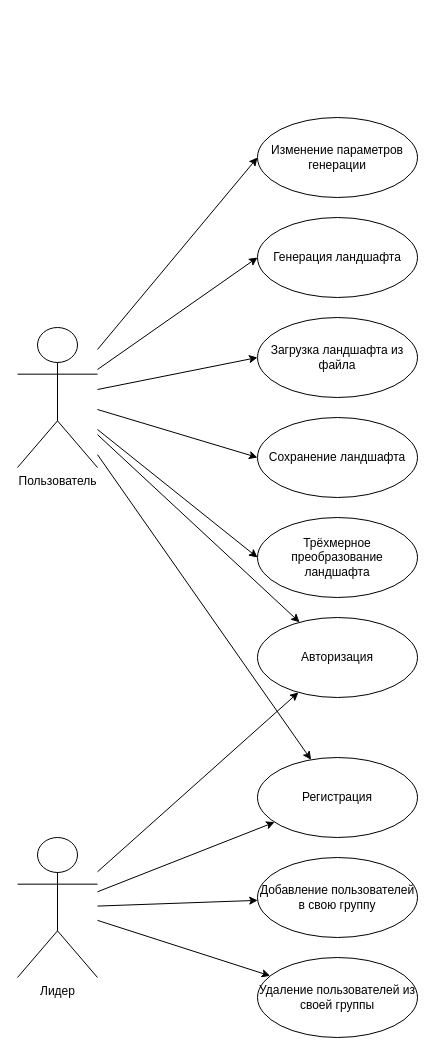
Earlier version of the draw.io diagram use-case.drawio (Inlucker/PPO). Source tidied: cells renumbered, new cells numbered last; positions are measured from the earlier drawing's top-left corner, leaving out a move shared by most shapes. Both pictures are drawn from the tidied source at 100%, with x=0, y=0 at pixel (17, 117).
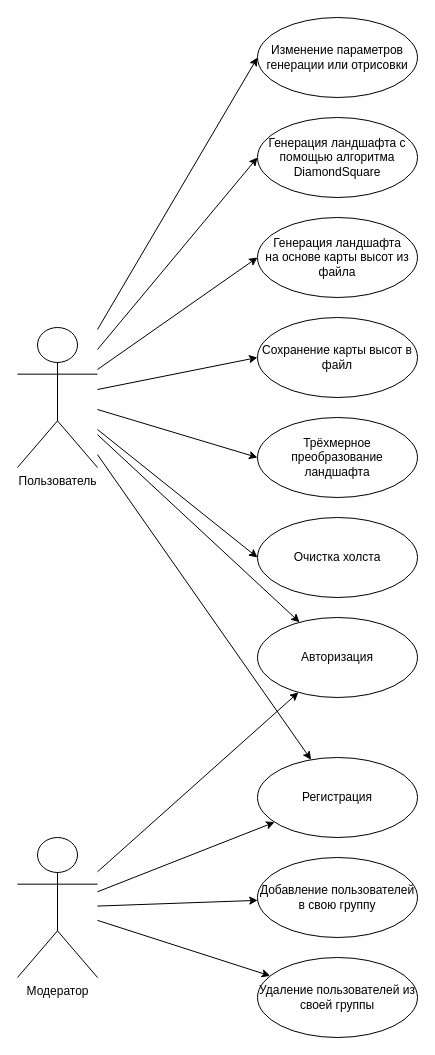
Above is the later version.

The change refers to these unchanged cells:
```xml
<mxCell id="12" value="&lt;div&gt;Пользователь&lt;/div&gt;" style="shape=umlActor;verticalLabelPosition=bottom;verticalAlign=top;html=1;outlineConnect=0;" parent="1" vertex="1">
  <mxGeometry y="210" width="80" height="140" as="geometry" />
</mxCell>
```

Change to the diagram source:
```diff
@@
-    <mxCell id="2" value="Изменение параметров генерации" style="ellipse;whiteSpace=wrap;html=1;" parent="1" vertex="1">
-      <mxGeometry x="240" width="160" height="80" as="geometry" />
+    <mxCell id="2" value="Изменение параметров генерации или отрисовки" style="ellipse;whiteSpace=wrap;html=1;" parent="1" vertex="1">
+      <mxGeometry x="240" y="-100" width="160" height="80" as="geometry" />
     </mxCell>
-    <mxCell id="3" value="Генерация ландшафта" style="ellipse;whiteSpace=wrap;html=1;" parent="1" vertex="1">
-      <mxGeometry x="240" y="100" width="160" height="80" as="geometry" />
+    <mxCell id="3" value="&lt;div&gt;Генерация ландшафта с помощью алгоритма DiamondSquare&lt;br&gt;&lt;/div&gt;" style="ellipse;whiteSpace=wrap;html=1;" parent="1" vertex="1">
+      <mxGeometry x="240" width="160" height="80" as="geometry" />
     </mxCell>
-    <mxCell id="4" value="Загрузка ландшафта из файла" style="ellipse;whiteSpace=wrap;html=1;" parent="1" vertex="1">
-      <mxGeometry x="240" y="200" width="160" height="80" as="geometry" />
+    <mxCell id="4" value="Генерация ландшафта &lt;br&gt;на основе карты высот из файла" style="ellipse;whiteSpace=wrap;html=1;" parent="1" vertex="1">
+      <mxGeometry x="240" y="100" width="160" height="80" as="geometry" />
     </mxCell>
-    <mxCell id="5" value="Сохранение ландшафта" style="ellipse;whiteSpace=wrap;html=1;" parent="1" vertex="1">
-      <mxGeometry x="240" y="300" width="160" height="80" as="geometry" />
+    <mxCell id="5" value="Сохранение карты высот в файл" style="ellipse;whiteSpace=wrap;html=1;" parent="1" vertex="1">
+      <mxGeometry x="240" y="200" width="160" height="80" as="geometry" />
     </mxCell>
@@
     <mxCell id="10" value="Трёхмерное преобразование ландшафта" style="ellipse;whiteSpace=wrap;html=1;" parent="1" vertex="1">
-      <mxGeometry x="240" y="400" width="160" height="80" as="geometry" />
+      <mxGeometry x="240" y="300" width="160" height="80" as="geometry" />
     </mxCell>
@@
-    <mxCell id="13" value="Лидер" style="shape=umlActor;verticalLabelPosition=bottom;verticalAlign=top;html=1;outlineConnect=0;" parent="1" vertex="1">
+    <mxCell id="13" value="Модератор" style="shape=umlActor;verticalLabelPosition=bottom;verticalAlign=top;html=1;outlineConnect=0;" parent="1" vertex="1">
       <mxGeometry y="720" width="80" height="140" as="geometry" />
     </mxCell>
@@
+    <mxCell id="24" value="Очистка холста" style="ellipse;whiteSpace=wrap;html=1;" parent="1" vertex="1">
+      <mxGeometry x="240" y="400" width="160" height="80" as="geometry" />
+    </mxCell>
+    <mxCell id="25" style="endArrow=classic;html=1;rounded=0;entryX=0;entryY=0.5;entryDx=0;entryDy=0;" parent="1" edge="1" source="12" target="24">
+      <mxGeometry relative="1" as="geometry" />
+    </mxCell>
```
